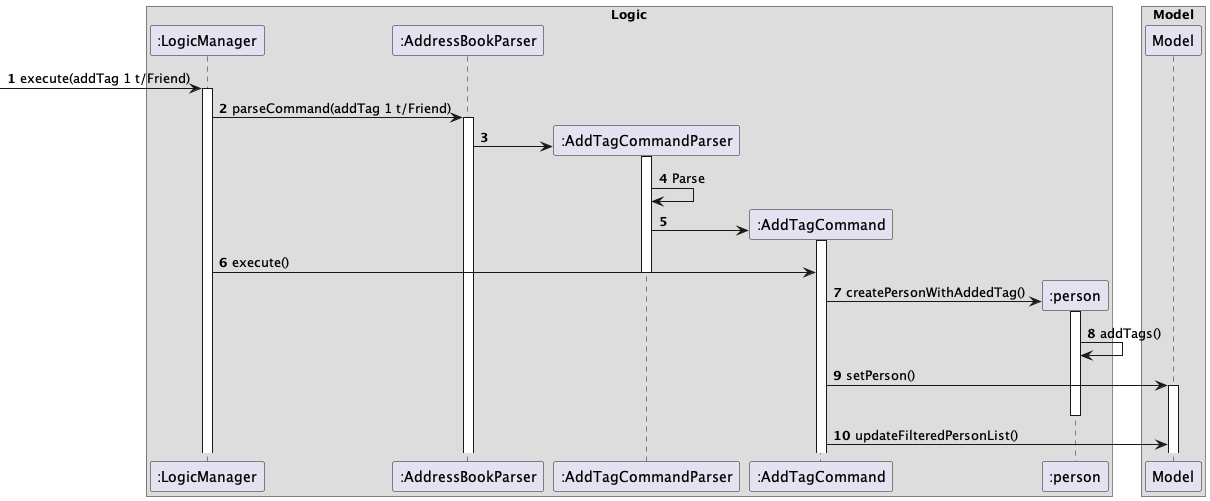
johnnythesnake12/tp keeps this PlantUML diagram as diagrams/AddTagSequenceDiagram.png. Above is the earlier version.
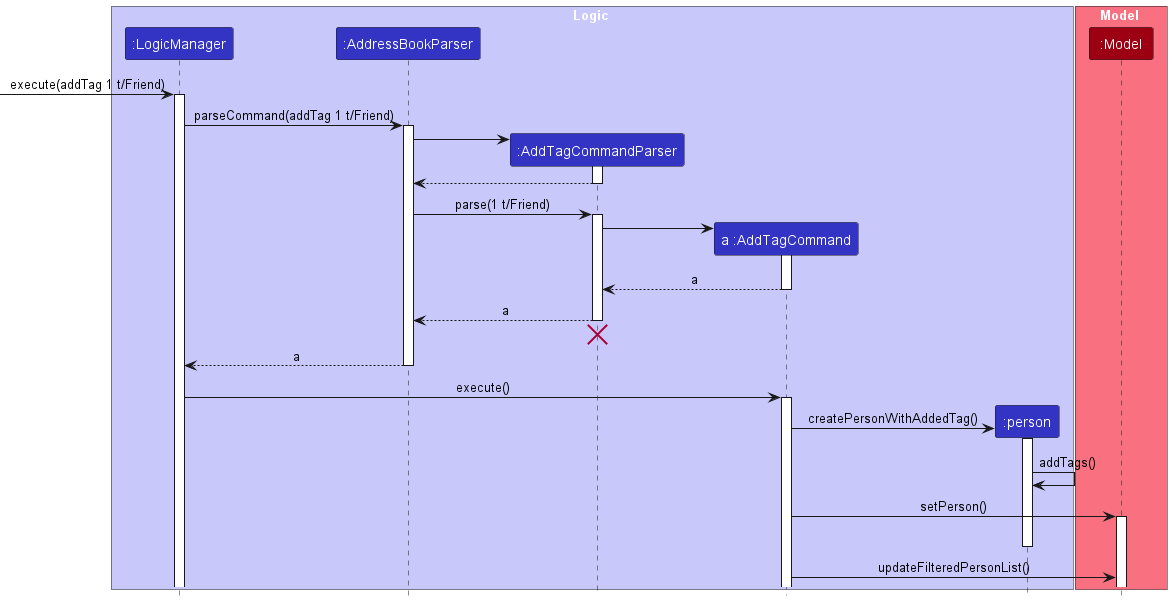
The same file after the commit.

The edit, as a diff of the source:
```diff
@@ -1,14 +1,19 @@
 @startuml
+!include style.puml
+skinparam ArrowFontStyle plain
 
-box Logic
-participant ":LogicManager" as LogicManager
-participant ":AddressBookParser" as AddressBookParser
-participant ":AddTagCommandParser" as AddTagCommandParser
-participant ":AddTagCommand" as AddTagCommand
-participant ":person" as Person
+box Logic LOGIC_COLOR_T1
+participant ":LogicManager" as LogicManager LOGIC_COLOR
+participant ":AddressBookParser" as AddressBookParser LOGIC_COLOR
+participant ":AddTagCommandParser" as AddTagCommandParser LOGIC_COLOR
+participant "a :AddTagCommand" as AddTagCommand LOGIC_COLOR
+participant ":person" as Person LOGIC_COLOR
 end box
 
-autonumber
+box Model MODEL_COLOR_T1
+participant ":Model" as Model MODEL_COLOR
+end box
+
 [->LogicManager : execute(addTag 1 t/Friend)
 activate LogicManager
 
@@ -19,13 +24,28 @@
 AddressBookParser -> AddTagCommandParser:
 activate AddTagCommandParser
 
-AddTagCommandParser -> AddTagCommandParser : Parse
+AddTagCommandParser --> AddressBookParser
+deactivate AddTagCommandParser
+
+AddressBookParser -> AddTagCommandParser : parse(1 t/Friend)
+activate AddTagCommandParser
 
 create AddTagCommand
 AddTagCommandParser -> AddTagCommand
 activate AddTagCommand
+
+AddTagCommand --> AddTagCommandParser: a
+deactivate AddTagCommand
+
+AddTagCommandParser --> AddressBookParser: a
+deactivate AddTagCommandParser
+AddTagCommandParser -[hidden]-> AddressBookParser
+destroy AddTagCommandParser
+
+AddressBookParser --> LogicManager : a
+deactivate AddressBookParser
 LogicManager -> AddTagCommand : execute()
-deactivate AddTagCommandParser
+activate AddTagCommand
 
 create Person
 AddTagCommand -> Person : createPersonWithAddedTag()
@@ -36,9 +56,4 @@
 activate Model
 deactivate Person
 AddTagCommand -> Model : updateFilteredPersonList()
-
-box Model
-participant ":Model" as Model
-end box
-
 @enduml
```
